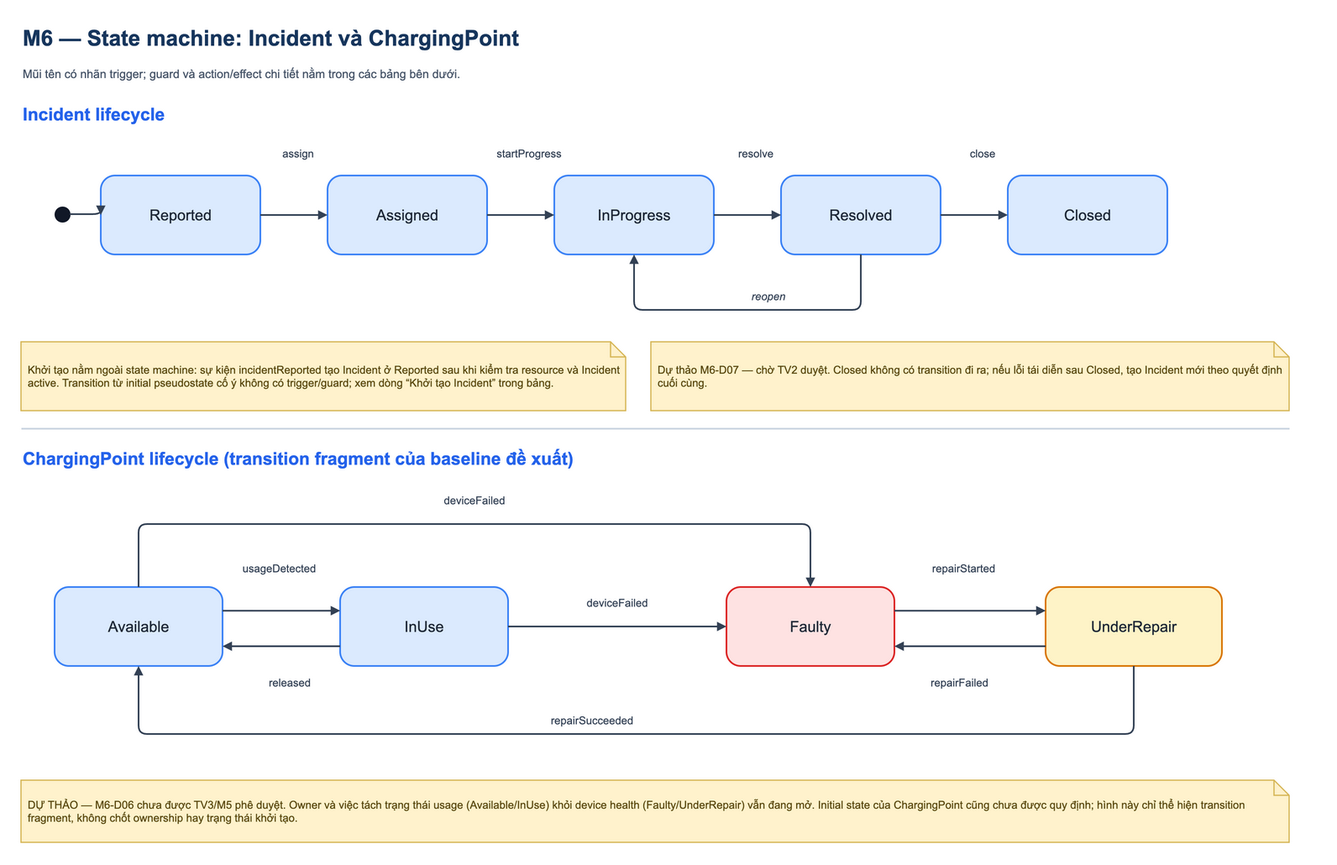
The draw.io diagram docs/figures/m6_state_machines.drawio.png in Jennie3306/smart-emobility-hub, before a commit. Source tidied: cells renumbered, new cells last; positions are measured from the earlier drawing's top-left corner, leaving out a move shared by most shapes. The source it was exported from:
```xml
<mxGraphModel>
  <root>
    <mxCell id="0" />
    <mxCell id="1" parent="0" />
    <mxCell id="2" value="M6 — State machine: Incident và ChargingPoint" style="text;html=1;whiteSpace=wrap;strokeColor=none;fillColor=none;fontFamily=Arial;align=left;verticalAlign=middle;fontSize=26;fontStyle=1;fontColor=#17365d;" parent="1" vertex="1">
      <mxGeometry width="1540" height="42" as="geometry" />
    </mxCell>
    <mxCell id="3" value="Mũi tên có nhãn trigger; guard và action/effect chi tiết nằm trong các bảng bên dưới." style="text;html=1;whiteSpace=wrap;strokeColor=none;fillColor=none;fontFamily=Arial;align=left;verticalAlign=middle;fontSize=14;fontColor=#475569;" parent="1" vertex="1">
      <mxGeometry y="49" width="1540" height="30" as="geometry" />
    </mxCell>
    <mxCell id="4" value="Incident lifecycle" style="text;html=1;whiteSpace=wrap;strokeColor=none;fillColor=none;fontFamily=Arial;align=left;verticalAlign=middle;fontSize=21;fontStyle=1;fontColor=#2563eb;" parent="1" vertex="1">
      <mxGeometry y="95" width="1540" height="34" as="geometry" />
    </mxCell>
    <mxCell id="5" style="ellipse;html=1;fillColor=#111827;strokeColor=#111827;strokeWidth=1;" parent="1" vertex="1">
      <mxGeometry x="40" y="222" width="18" height="18" as="geometry" />
    </mxCell>
    <mxCell id="6" value="Reported" style="rounded=1;arcSize=18;whiteSpace=wrap;html=1;align=center;verticalAlign=middle;fontFamily=Arial;fontSize=18;fontColor=#1f2937;fillColor=#dbeafe;strokeColor=#3b82f6;strokeWidth=2;" parent="1" vertex="1">
      <mxGeometry x="95" y="185" width="190" height="94" as="geometry" />
    </mxCell>
    <mxCell id="7" value="Assigned" style="rounded=1;arcSize=18;whiteSpace=wrap;html=1;align=center;verticalAlign=middle;fontFamily=Arial;fontSize=18;fontColor=#1f2937;fillColor=#dbeafe;strokeColor=#3b82f6;strokeWidth=2;" parent="1" vertex="1">
      <mxGeometry x="365" y="185" width="190" height="94" as="geometry" />
    </mxCell>
    <mxCell id="8" value="InProgress" style="rounded=1;arcSize=18;whiteSpace=wrap;html=1;align=center;verticalAlign=middle;fontFamily=Arial;fontSize=18;fontColor=#1f2937;fillColor=#dbeafe;strokeColor=#3b82f6;strokeWidth=2;" parent="1" vertex="1">
      <mxGeometry x="635" y="185" width="190" height="94" as="geometry" />
    </mxCell>
    <mxCell id="9" value="Resolved" style="rounded=1;arcSize=18;whiteSpace=wrap;html=1;align=center;verticalAlign=middle;fontFamily=Arial;fontSize=18;fontColor=#1f2937;fillColor=#dbeafe;strokeColor=#3b82f6;strokeWidth=2;" parent="1" vertex="1">
      <mxGeometry x="905" y="185" width="190" height="94" as="geometry" />
    </mxCell>
    <mxCell id="10" value="Closed" style="rounded=1;arcSize=18;whiteSpace=wrap;html=1;align=center;verticalAlign=middle;fontFamily=Arial;fontSize=18;fontColor=#1f2937;fillColor=#dbeafe;strokeColor=#3b82f6;strokeWidth=2;" parent="1" vertex="1">
      <mxGeometry x="1175" y="185" width="190" height="94" as="geometry" />
    </mxCell>
    <mxCell id="11" style="edgeStyle=orthogonalEdgeStyle;jettySize=auto;rounded=1;html=1;endArrow=block;endFill=1;strokeColor=#334155;strokeWidth=2;exitX=1;exitY=0.5;entryX=0;entryY=0.5;" parent="1" edge="1" source="5" target="6">
      <mxGeometry relative="1" as="geometry" />
    </mxCell>
    <mxCell id="12" style="edgeStyle=orthogonalEdgeStyle;jettySize=auto;rounded=1;html=1;endArrow=block;endFill=1;strokeColor=#334155;strokeWidth=2;exitX=1;exitY=0.5;entryX=0;entryY=0.5;" parent="1" edge="1" source="6" target="7">
      <mxGeometry relative="1" as="geometry" />
    </mxCell>
    <mxCell id="13" style="edgeStyle=orthogonalEdgeStyle;jettySize=auto;rounded=1;html=1;endArrow=block;endFill=1;strokeColor=#334155;strokeWidth=2;exitX=1;exitY=0.5;entryX=0;entryY=0.5;" parent="1" edge="1" source="7" target="8">
      <mxGeometry relative="1" as="geometry" />
    </mxCell>
    <mxCell id="14" style="edgeStyle=orthogonalEdgeStyle;jettySize=auto;rounded=1;html=1;endArrow=block;endFill=1;strokeColor=#334155;strokeWidth=2;exitX=1;exitY=0.5;entryX=0;entryY=0.5;" parent="1" edge="1" source="8" target="9">
      <mxGeometry relative="1" as="geometry" />
    </mxCell>
    <mxCell id="15" style="edgeStyle=orthogonalEdgeStyle;jettySize=auto;rounded=1;html=1;endArrow=block;endFill=1;strokeColor=#334155;strokeWidth=2;exitX=1;exitY=0.5;entryX=0;entryY=0.5;" parent="1" edge="1" source="9" target="10">
      <mxGeometry relative="1" as="geometry" />
    </mxCell>
    <mxCell id="16" style="edgeStyle=orthogonalEdgeStyle;jettySize=auto;rounded=1;html=1;endArrow=block;endFill=1;strokeColor=#334155;strokeWidth=2;exitX=0.5;exitY=1;entryX=0.5;entryY=1;" parent="1" edge="1" source="9" target="8">
      <mxGeometry relative="1" as="geometry">
        <Array as="points">
          <mxPoint x="1000" y="345" />
          <mxPoint x="730" y="345" />
        </Array>
      </mxGeometry>
    </mxCell>
    <mxCell id="17" value="assign" style="text;html=1;whiteSpace=wrap;strokeColor=none;fillColor=none;fontFamily=Arial;align=center;verticalAlign=middle;fontSize=13;fontColor=#334155;" parent="1" vertex="1">
      <mxGeometry x="275" y="145" width="110" height="28" as="geometry" />
    </mxCell>
    <mxCell id="18" value="startProgress" style="text;html=1;whiteSpace=wrap;strokeColor=none;fillColor=none;fontFamily=Arial;align=center;verticalAlign=middle;fontSize=13;fontColor=#334155;" parent="1" vertex="1">
      <mxGeometry x="550" y="145" width="110" height="28" as="geometry" />
    </mxCell>
    <mxCell id="19" value="resolve" style="text;html=1;whiteSpace=wrap;strokeColor=none;fillColor=none;fontFamily=Arial;align=center;verticalAlign=middle;fontSize=13;fontColor=#334155;" parent="1" vertex="1">
      <mxGeometry x="820" y="145" width="110" height="28" as="geometry" />
    </mxCell>
    <mxCell id="20" value="close" style="text;html=1;whiteSpace=wrap;strokeColor=none;fillColor=none;fontFamily=Arial;align=center;verticalAlign=middle;fontSize=13;fontColor=#334155;" parent="1" vertex="1">
      <mxGeometry x="1090" y="145" width="110" height="28" as="geometry" />
    </mxCell>
    <mxCell id="21" value="reopen" style="text;html=1;whiteSpace=wrap;strokeColor=none;fillColor=none;fontFamily=Arial;align=center;verticalAlign=middle;fontSize=13;fontColor=#334155;fontStyle=2;" parent="1" vertex="1">
      <mxGeometry x="840" y="315" width="100" height="28" as="geometry" />
    </mxCell>
    <mxCell id="22" value="Khởi tạo nằm ngoài state machine: sự kiện incidentReported tạo Incident ở Reported sau khi kiểm tra resource và Incident active. Transition từ initial pseudostate cố ý không có trigger/guard; xem dòng “Khởi tạo Incident” trong bảng." style="shape=note;size=18;whiteSpace=wrap;html=1;verticalAlign=middle;align=left;fontFamily=Arial;fontSize=13;spacing=8;fillColor=#fff2cc;strokeColor=#d6b656;strokeWidth=1.5;fontColor=#5b4b12;" parent="1" vertex="1">
      <mxGeometry y="383" width="720" height="82" as="geometry" />
    </mxCell>
    <mxCell id="23" value="Dự thảo M6-D07 — chờ TV2 duyệt. Closed không có transition đi ra; nếu lỗi tái diễn sau Closed, tạo Incident mới theo quyết định cuối cùng." style="shape=note;size=18;whiteSpace=wrap;html=1;verticalAlign=middle;align=left;fontFamily=Arial;fontSize=13;spacing=8;fillColor=#fff2cc;strokeColor=#d6b656;strokeWidth=1.5;fontColor=#5b4b12;" parent="1" vertex="1">
      <mxGeometry x="750" y="383" width="760" height="82" as="geometry" />
    </mxCell>
    <mxCell id="24" style="shape=rectangle;fillColor=#cbd5e1;strokeColor=none;" parent="1" vertex="1">
      <mxGeometry y="485" width="1510" height="2" as="geometry" />
    </mxCell>
    <mxCell id="25" value="ChargingPoint lifecycle (transition fragment của baseline đề xuất)" style="text;html=1;whiteSpace=wrap;strokeColor=none;fillColor=none;fontFamily=Arial;align=left;verticalAlign=middle;fontSize=21;fontStyle=1;fontColor=#2563eb;" parent="1" vertex="1">
      <mxGeometry y="505" width="1540" height="34" as="geometry" />
    </mxCell>
    <mxCell id="26" value="Available" style="rounded=1;arcSize=18;whiteSpace=wrap;html=1;align=center;verticalAlign=middle;fontFamily=Arial;fontSize=18;fontColor=#1f2937;fillColor=#dbeafe;strokeColor=#3b82f6;strokeWidth=2;" parent="1" vertex="1">
      <mxGeometry x="40" y="675" width="200" height="94" as="geometry" />
    </mxCell>
    <mxCell id="27" value="InUse" style="rounded=1;arcSize=18;whiteSpace=wrap;html=1;align=center;verticalAlign=middle;fontFamily=Arial;fontSize=18;fontColor=#1f2937;fillColor=#dbeafe;strokeColor=#3b82f6;strokeWidth=2;" parent="1" vertex="1">
      <mxGeometry x="380" y="675" width="200" height="94" as="geometry" />
    </mxCell>
    <mxCell id="28" value="Faulty" style="rounded=1;arcSize=18;whiteSpace=wrap;html=1;align=center;verticalAlign=middle;fontFamily=Arial;fontSize=18;fontColor=#1f2937;fillColor=#fee2e2;strokeColor=#dc2626;strokeWidth=2;" parent="1" vertex="1">
      <mxGeometry x="840" y="675" width="200" height="94" as="geometry" />
    </mxCell>
    <mxCell id="29" value="UnderRepair" style="rounded=1;arcSize=18;whiteSpace=wrap;html=1;align=center;verticalAlign=middle;fontFamily=Arial;fontSize=18;fontColor=#1f2937;fillColor=#fef3c7;strokeColor=#d97706;strokeWidth=2;" parent="1" vertex="1">
      <mxGeometry x="1220" y="675" width="210" height="94" as="geometry" />
    </mxCell>
    <mxCell id="30" style="edgeStyle=orthogonalEdgeStyle;jettySize=auto;rounded=1;html=1;endArrow=block;endFill=1;strokeColor=#334155;strokeWidth=2;exitX=1;exitY=0.3;entryX=0;entryY=0.3;" parent="1" edge="1" source="26" target="27">
      <mxGeometry relative="1" as="geometry" />
    </mxCell>
    <mxCell id="31" style="edgeStyle=orthogonalEdgeStyle;jettySize=auto;rounded=1;html=1;endArrow=block;endFill=1;strokeColor=#334155;strokeWidth=2;exitX=0;exitY=0.75;entryX=1;entryY=0.75;" parent="1" edge="1" source="27" target="26">
      <mxGeometry relative="1" as="geometry" />
    </mxCell>
    <mxCell id="32" style="edgeStyle=orthogonalEdgeStyle;jettySize=auto;rounded=1;html=1;endArrow=block;endFill=1;strokeColor=#334155;strokeWidth=2;exitX=0.5;exitY=0;entryX=0.5;entryY=0;" parent="1" edge="1" source="26" target="28">
      <mxGeometry relative="1" as="geometry">
        <Array as="points">
          <mxPoint x="140" y="600" />
          <mxPoint x="940" y="600" />
        </Array>
      </mxGeometry>
    </mxCell>
    <mxCell id="33" style="edgeStyle=orthogonalEdgeStyle;jettySize=auto;rounded=1;html=1;endArrow=block;endFill=1;strokeColor=#334155;strokeWidth=2;exitX=1;exitY=0.5;entryX=0;entryY=0.5;" parent="1" edge="1" source="27" target="28">
      <mxGeometry relative="1" as="geometry" />
    </mxCell>
    <mxCell id="34" style="edgeStyle=orthogonalEdgeStyle;jettySize=auto;rounded=1;html=1;endArrow=block;endFill=1;strokeColor=#334155;strokeWidth=2;exitX=1;exitY=0.3;entryX=0;entryY=0.3;" parent="1" edge="1" source="28" target="29">
      <mxGeometry relative="1" as="geometry" />
    </mxCell>
    <mxCell id="35" style="edgeStyle=orthogonalEdgeStyle;jettySize=auto;rounded=1;html=1;endArrow=block;endFill=1;strokeColor=#334155;strokeWidth=2;exitX=0;exitY=0.75;entryX=1;entryY=0.75;" parent="1" edge="1" source="29" target="28">
      <mxGeometry relative="1" as="geometry" />
    </mxCell>
    <mxCell id="36" style="edgeStyle=orthogonalEdgeStyle;jettySize=auto;rounded=1;html=1;endArrow=block;endFill=1;strokeColor=#334155;strokeWidth=2;exitX=0.5;exitY=1;entryX=0.5;entryY=1;" parent="1" edge="1" source="29" target="26">
      <mxGeometry relative="1" as="geometry">
        <Array as="points">
          <mxPoint x="1325" y="850" />
          <mxPoint x="140" y="850" />
        </Array>
      </mxGeometry>
    </mxCell>
    <mxCell id="37" value="deviceFailed" style="text;html=1;whiteSpace=wrap;strokeColor=none;fillColor=none;fontFamily=Arial;align=center;verticalAlign=middle;fontSize=13;fontColor=#334155;" parent="1" vertex="1">
      <mxGeometry x="465" y="557" width="150" height="30" as="geometry" />
    </mxCell>
    <mxCell id="38" value="usageDetected" style="text;html=1;whiteSpace=wrap;strokeColor=none;fillColor=none;fontFamily=Arial;align=center;verticalAlign=middle;fontSize=13;fontColor=#334155;" parent="1" vertex="1">
      <mxGeometry x="235" y="639" width="145" height="28" as="geometry" />
    </mxCell>
    <mxCell id="39" value="released" style="text;html=1;whiteSpace=wrap;strokeColor=none;fillColor=none;fontFamily=Arial;align=center;verticalAlign=middle;fontSize=13;fontColor=#334155;" parent="1" vertex="1">
      <mxGeometry x="270" y="775" width="100" height="28" as="geometry" />
    </mxCell>
    <mxCell id="40" value="deviceFailed" style="text;html=1;whiteSpace=wrap;strokeColor=none;fillColor=none;fontFamily=Arial;align=center;verticalAlign=middle;fontSize=13;fontColor=#334155;" parent="1" vertex="1">
      <mxGeometry x="635" y="680" width="150" height="28" as="geometry" />
    </mxCell>
    <mxCell id="41" value="repairStarted" style="text;html=1;whiteSpace=wrap;strokeColor=none;fillColor=none;fontFamily=Arial;align=center;verticalAlign=middle;fontSize=13;fontColor=#334155;" parent="1" vertex="1">
      <mxGeometry x="1050" y="639" width="145" height="28" as="geometry" />
    </mxCell>
    <mxCell id="42" value="repairFailed" style="text;html=1;whiteSpace=wrap;strokeColor=none;fillColor=none;fontFamily=Arial;align=center;verticalAlign=middle;fontSize=13;fontColor=#334155;" parent="1" vertex="1">
      <mxGeometry x="1045" y="775" width="145" height="28" as="geometry" />
    </mxCell>
    <mxCell id="43" value="repairSucceeded" style="text;html=1;whiteSpace=wrap;strokeColor=none;fillColor=none;fontFamily=Arial;align=center;verticalAlign=middle;fontSize=13;fontColor=#334155;" parent="1" vertex="1">
      <mxGeometry x="595" y="820" width="170" height="28" as="geometry" />
    </mxCell>
    <mxCell id="44" value="DỰ THẢO — M6-D06 chưa được TV3/M5 phê duyệt. Owner và việc tách trạng thái usage (Available/InUse) khỏi device health (Faulty/UnderRepair) vẫn đang mở. Initial state của ChargingPoint cũng chưa được quy định; hình này chỉ thể hiện transition fragment, không chốt ownership hay trạng thái khởi tạo." style="shape=note;size=18;whiteSpace=wrap;html=1;verticalAlign=middle;align=left;fontFamily=Arial;fontSize=13;spacing=8;fillColor=#fff2cc;strokeColor=#d6b656;strokeWidth=1.5;fontColor=#5b4b12;" parent="1" vertex="1">
      <mxGeometry y="905" width="1510" height="74" as="geometry" />
    </mxCell>
  </root>
</mxGraphModel>
```
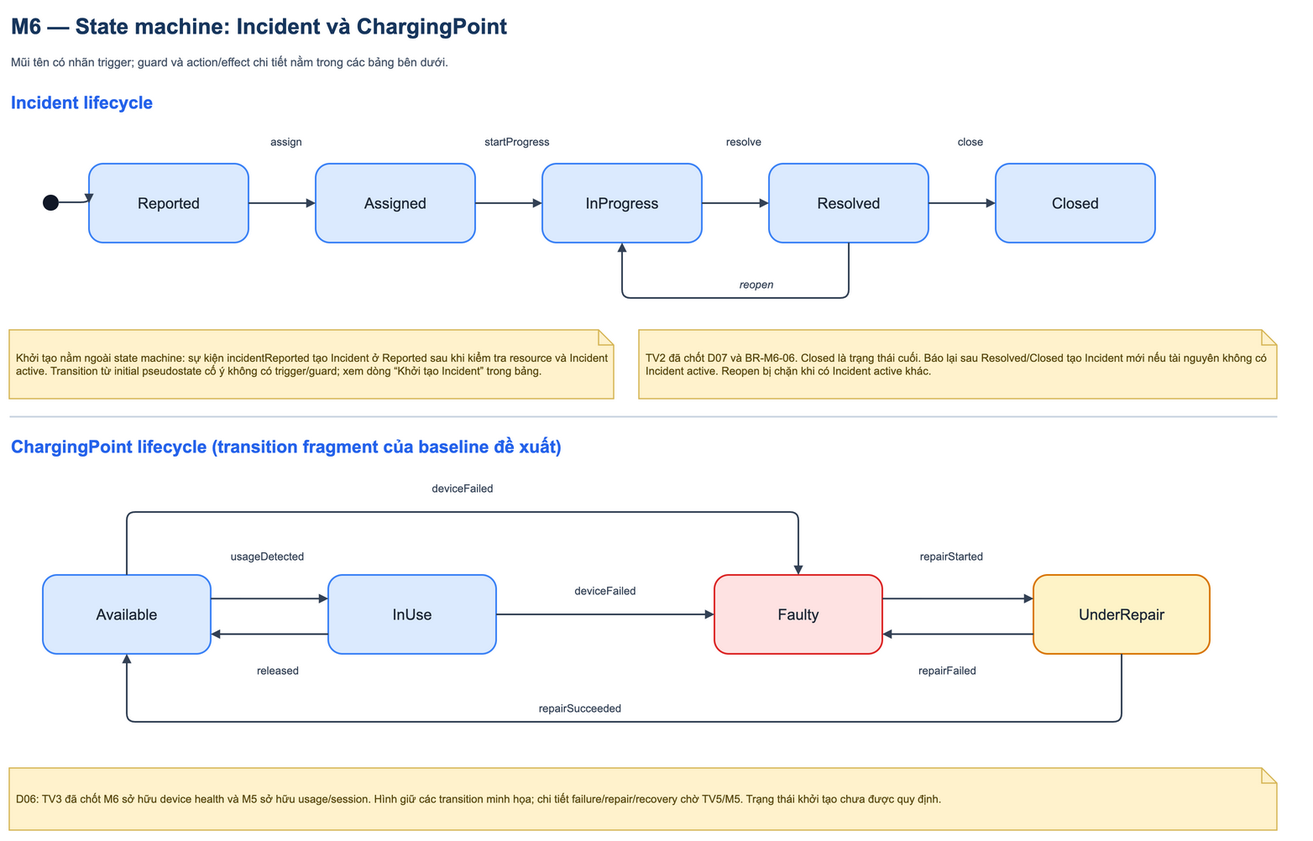
Later version of the same file.

Commit message:
docs(m6): finalize report and update incident diagrams

Change to the diagram source:
```diff
@@ -70,7 +70,7 @@
     <mxCell id="22" value="Khởi tạo nằm ngoài state machine: sự kiện incidentReported tạo Incident ở Reported sau khi kiểm tra resource và Incident active. Transition từ initial pseudostate cố ý không có trigger/guard; xem dòng “Khởi tạo Incident” trong bảng." style="shape=note;size=18;whiteSpace=wrap;html=1;verticalAlign=middle;align=left;fontFamily=Arial;fontSize=13;spacing=8;fillColor=#fff2cc;strokeColor=#d6b656;strokeWidth=1.5;fontColor=#5b4b12;" parent="1" vertex="1">
       <mxGeometry y="383" width="720" height="82" as="geometry" />
     </mxCell>
-    <mxCell id="23" value="Dự thảo M6-D07 — chờ TV2 duyệt. Closed không có transition đi ra; nếu lỗi tái diễn sau Closed, tạo Incident mới theo quyết định cuối cùng." style="shape=note;size=18;whiteSpace=wrap;html=1;verticalAlign=middle;align=left;fontFamily=Arial;fontSize=13;spacing=8;fillColor=#fff2cc;strokeColor=#d6b656;strokeWidth=1.5;fontColor=#5b4b12;" parent="1" vertex="1">
+    <mxCell id="23" value="TV2 đã chốt D07 và BR-M6-06. Closed là trạng thái cuối. Báo lại sau Resolved/Closed tạo Incident mới nếu tài nguyên không có Incident active. Reopen bị chặn khi có Incident active khác." style="shape=note;size=18;whiteSpace=wrap;html=1;verticalAlign=middle;align=left;fontFamily=Arial;fontSize=13;spacing=8;fillColor=#fff2cc;strokeColor=#d6b656;strokeWidth=1.5;fontColor=#5b4b12;" parent="1" vertex="1">
       <mxGeometry x="750" y="383" width="760" height="82" as="geometry" />
     </mxCell>
     <mxCell id="24" style="shape=rectangle;fillColor=#cbd5e1;strokeColor=none;" parent="1" vertex="1">
@@ -143,7 +143,7 @@
     <mxCell id="43" value="repairSucceeded" style="text;html=1;whiteSpace=wrap;strokeColor=none;fillColor=none;fontFamily=Arial;align=center;verticalAlign=middle;fontSize=13;fontColor=#334155;" parent="1" vertex="1">
       <mxGeometry x="595" y="820" width="170" height="28" as="geometry" />
     </mxCell>
-    <mxCell id="44" value="DỰ THẢO — M6-D06 chưa được TV3/M5 phê duyệt. Owner và việc tách trạng thái usage (Available/InUse) khỏi device health (Faulty/UnderRepair) vẫn đang mở. Initial state của ChargingPoint cũng chưa được quy định; hình này chỉ thể hiện transition fragment, không chốt ownership hay trạng thái khởi tạo." style="shape=note;size=18;whiteSpace=wrap;html=1;verticalAlign=middle;align=left;fontFamily=Arial;fontSize=13;spacing=8;fillColor=#fff2cc;strokeColor=#d6b656;strokeWidth=1.5;fontColor=#5b4b12;" parent="1" vertex="1">
+    <mxCell id="44" value="D06: TV3 đã chốt M6 sở hữu device health và M5 sở hữu usage/session. Hình giữ các transition minh họa; chi tiết failure/repair/recovery chờ TV5/M5. Trạng thái khởi tạo chưa được quy định." style="shape=note;size=18;whiteSpace=wrap;html=1;verticalAlign=middle;align=left;fontFamily=Arial;fontSize=13;spacing=8;fillColor=#fff2cc;strokeColor=#d6b656;strokeWidth=1.5;fontColor=#5b4b12;" parent="1" vertex="1">
       <mxGeometry y="905" width="1510" height="74" as="geometry" />
     </mxCell>
   </root>
```
